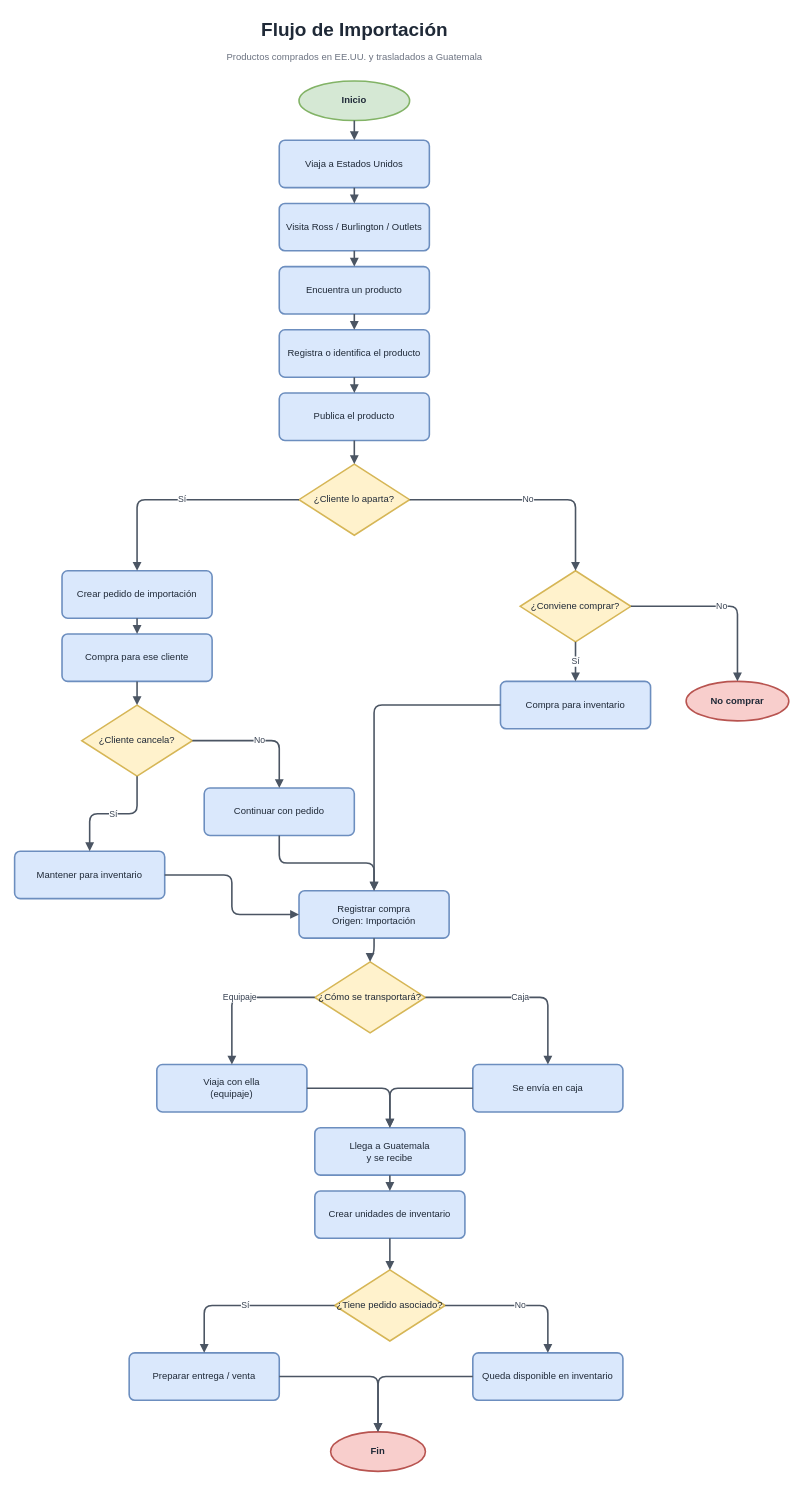
newton0608/ResellManager keeps this draw.io diagram as docs/diagrams/01_FlujoDeImportación.drawio. Above is the earlier version. Source tidied: cells renumbered, new cells numbered last; positions are measured from the earlier drawing's top-left corner, leaving out a move shared by most shapes. Both pictures are drawn from the tidied source at 79%, with x=0, y=0 at pixel (14, 13).
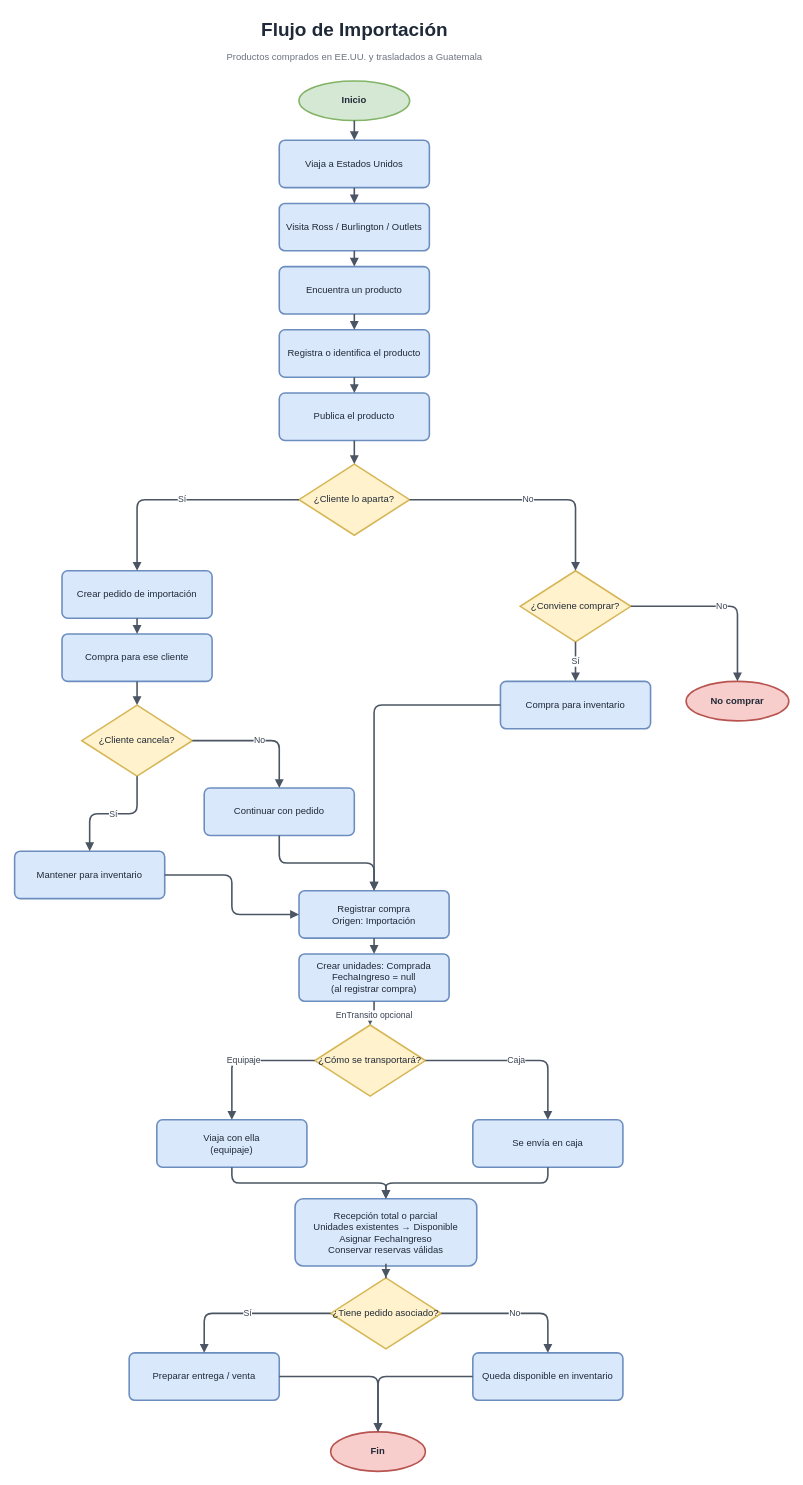
After the change.

Unchanged cells that the change refers to:
```xml
<mxCell id="19" value="Registrar compra&lt;br&gt;Origen: Importación" style="rounded=1;whiteSpace=wrap;html=1;fillColor=#DAE8FC;strokeColor=#6C8EBF;strokeWidth=2;fontColor=#1F2937;arcSize=12;" parent="1" vertex="1">
  <mxGeometry x="360" y="1110" width="190" height="60" as="geometry" />
</mxCell>
```

Diff of the diagram source:
```diff
@@
     <mxCell id="20" value="¿Cómo se transportará?" style="rhombus;whiteSpace=wrap;html=1;fillColor=#FFF2CC;strokeColor=#D6B656;strokeWidth=2;fontColor=#1F2937;" parent="1" vertex="1">
-      <mxGeometry x="380" y="1200" width="140" height="90" as="geometry" />
+      <mxGeometry x="380" y="1280" width="140" height="90" as="geometry" />
     </mxCell>
     <mxCell id="21" value="Viaja con ella&lt;br&gt;(equipaje)" style="rounded=1;whiteSpace=wrap;html=1;fillColor=#DAE8FC;strokeColor=#6C8EBF;strokeWidth=2;fontColor=#1F2937;arcSize=12;" parent="1" vertex="1">
-      <mxGeometry x="180" y="1330" width="190" height="60" as="geometry" />
+      <mxGeometry x="180" y="1400" width="190" height="60" as="geometry" />
     </mxCell>
     <mxCell id="22" value="Se envía en caja" style="rounded=1;whiteSpace=wrap;html=1;fillColor=#DAE8FC;strokeColor=#6C8EBF;strokeWidth=2;fontColor=#1F2937;arcSize=12;" parent="1" vertex="1">
-      <mxGeometry x="580" y="1330" width="190" height="60" as="geometry" />
+      <mxGeometry x="580" y="1400" width="190" height="60" as="geometry" />
     </mxCell>
-    <mxCell id="23" value="Llega a Guatemala&lt;br&gt;y se recibe" style="rounded=1;whiteSpace=wrap;html=1;fillColor=#DAE8FC;strokeColor=#6C8EBF;strokeWidth=2;fontColor=#1F2937;arcSize=12;" parent="1" vertex="1">
-      <mxGeometry x="380" y="1410" width="190" height="60" as="geometry" />
+    <mxCell id="23" value="Recepción total o parcial&lt;br&gt;Unidades existentes → Disponible&lt;br&gt;Asignar FechaIngreso&lt;br&gt;Conservar reservas válidas" style="rounded=1;whiteSpace=wrap;html=1;fillColor=#DAE8FC;strokeColor=#6C8EBF;strokeWidth=2;fontColor=#1F2937;arcSize=12;" parent="1" vertex="1">
+      <mxGeometry x="355" y="1500" width="230" height="85" as="geometry" />
     </mxCell>
-    <mxCell id="24" value="Crear unidades de inventario" style="rounded=1;whiteSpace=wrap;html=1;fillColor=#DAE8FC;strokeColor=#6C8EBF;strokeWidth=2;fontColor=#1F2937;arcSize=12;" parent="1" vertex="1">
-      <mxGeometry x="380" y="1490" width="190" height="60" as="geometry" />
+    <mxCell id="24" value="Crear unidades: Comprada&lt;br&gt;FechaIngreso = null&lt;br&gt;(al registrar compra)" style="rounded=1;whiteSpace=wrap;html=1;fillColor=#DAE8FC;strokeColor=#6C8EBF;strokeWidth=2;fontColor=#1F2937;arcSize=12;" parent="1" vertex="1">
+      <mxGeometry x="360" y="1190" width="190" height="60" as="geometry" />
     </mxCell>
     <mxCell id="25" value="¿Tiene pedido asociado?" style="rhombus;whiteSpace=wrap;html=1;fillColor=#FFF2CC;strokeColor=#D6B656;strokeWidth=2;fontColor=#1F2937;" parent="1" vertex="1">
-      <mxGeometry x="405" y="1590" width="140" height="90" as="geometry" />
+      <mxGeometry x="400" y="1600" width="140" height="90" as="geometry" />
     </mxCell>
@@
-    <mxCell id="46" style="edgeStyle=orthogonalEdgeStyle;rounded=1;jettySize=auto;html=1;endArrow=block;endFill=1;strokeWidth=2;strokeColor=#4B5563;fontColor=#374151;labelBackgroundColor=#FFFFFF;" parent="1" edge="1" source="19" target="20">
+    <mxCell id="46" style="edgeStyle=orthogonalEdgeStyle;rounded=1;jettySize=auto;html=1;endArrow=block;endFill=1;strokeWidth=2;strokeColor=#4B5563;fontColor=#374151;labelBackgroundColor=#FFFFFF;" parent="1" edge="1" source="19" target="24">
       <mxGeometry relative="1" as="geometry" />
     </mxCell>
@@
-    <mxCell id="51" style="edgeStyle=orthogonalEdgeStyle;rounded=1;jettySize=auto;html=1;endArrow=block;endFill=1;strokeWidth=2;strokeColor=#4B5563;fontColor=#374151;labelBackgroundColor=#FFFFFF;" parent="1" edge="1" source="23" target="24">
+    <mxCell id="51" value="EnTransito opcional" style="edgeStyle=orthogonalEdgeStyle;rounded=1;jettySize=auto;html=1;endArrow=block;endFill=1;strokeWidth=2;strokeColor=#4B5563;fontColor=#374151;labelBackgroundColor=#FFFFFF;" parent="1" edge="1" source="24" target="20">
       <mxGeometry relative="1" as="geometry" />
     </mxCell>
-    <mxCell id="52" style="edgeStyle=orthogonalEdgeStyle;rounded=1;jettySize=auto;html=1;endArrow=block;endFill=1;strokeWidth=2;strokeColor=#4B5563;fontColor=#374151;labelBackgroundColor=#FFFFFF;" parent="1" edge="1" source="24" target="25">
+    <mxCell id="52" style="edgeStyle=orthogonalEdgeStyle;rounded=1;jettySize=auto;html=1;endArrow=block;endFill=1;strokeWidth=2;strokeColor=#4B5563;fontColor=#374151;labelBackgroundColor=#FFFFFF;" parent="1" edge="1" source="23" target="25">
       <mxGeometry relative="1" as="geometry" />
     </mxCell>
```
